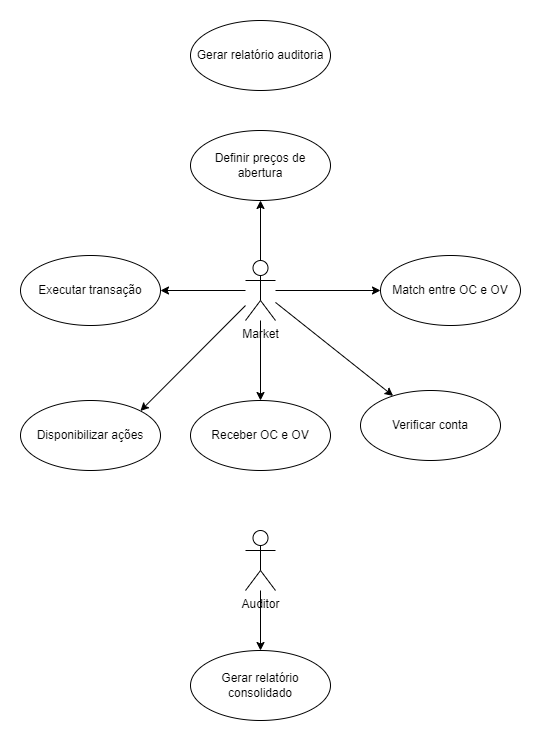
Before: diagramaCasosDeUso.drawio.png, a diagram exported from draw.io (brunoorlandin/StockFEI-DealBroker). Source tidied: cells renumbered, new cells last; positions are measured from the earlier drawing's top-left corner, leaving out a move shared by most shapes.
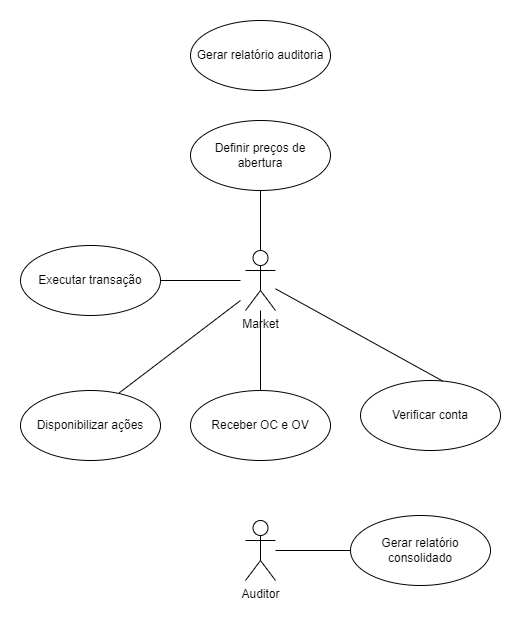
After the commit.

The edit, as a diff of the source:
```diff
@@ -2,27 +2,12 @@
   <root>
     <mxCell id="0" />
     <mxCell id="1" parent="0" />
-    <mxCell id="2" style="edgeStyle=orthogonalEdgeStyle;rounded=0;jettySize=auto;html=1;entryX=1;entryY=0.5;entryDx=0;entryDy=0;" parent="1" edge="1" source="6" target="13">
-      <mxGeometry relative="1" as="geometry" />
-    </mxCell>
-    <mxCell id="3" style="edgeStyle=orthogonalEdgeStyle;rounded=0;jettySize=auto;html=1;" parent="1" edge="1" source="6" target="11">
-      <mxGeometry relative="1" as="geometry" />
-    </mxCell>
-    <mxCell id="4" style="edgeStyle=orthogonalEdgeStyle;rounded=0;jettySize=auto;html=1;" parent="1" edge="1" source="6" target="12">
-      <mxGeometry relative="1" as="geometry" />
-    </mxCell>
-    <mxCell id="5" style="edgeStyle=orthogonalEdgeStyle;rounded=0;jettySize=auto;html=1;entryX=0.5;entryY=1;entryDx=0;entryDy=0;" parent="1" edge="1" source="6" target="10">
-      <mxGeometry relative="1" as="geometry" />
-    </mxCell>
     <mxCell id="6" value="Market" style="shape=umlActor;verticalLabelPosition=bottom;verticalAlign=top;html=1;" parent="1" vertex="1">
       <mxGeometry x="225" y="240" width="30" height="60" as="geometry" />
     </mxCell>
     <mxCell id="7" value="Disponibilizar ações" style="ellipse;whiteSpace=wrap;html=1;" parent="1" vertex="1">
       <mxGeometry y="380" width="140" height="70" as="geometry" />
     </mxCell>
-    <mxCell id="8" style="edgeStyle=orthogonalEdgeStyle;rounded=0;jettySize=auto;html=1;entryX=0.5;entryY=0;entryDx=0;entryDy=0;" parent="1" edge="1" source="9" target="14">
-      <mxGeometry relative="1" as="geometry" />
-    </mxCell>
     <mxCell id="9" value="Auditor" style="shape=umlActor;verticalLabelPosition=bottom;verticalAlign=top;html=1;" parent="1" vertex="1">
       <mxGeometry x="225" y="510" width="30" height="60" as="geometry" />
     </mxCell>
@@ -32,29 +17,45 @@
     <mxCell id="11" value="Receber OC e OV" style="ellipse;whiteSpace=wrap;html=1;" parent="1" vertex="1">
       <mxGeometry x="170" y="380" width="140" height="70" as="geometry" />
     </mxCell>
-    <mxCell id="12" value="Match entre OC e OV" style="ellipse;whiteSpace=wrap;html=1;" parent="1" vertex="1">
-      <mxGeometry x="360" y="235" width="140" height="70" as="geometry" />
-    </mxCell>
     <mxCell id="13" value="Executar transação" style="ellipse;whiteSpace=wrap;html=1;" parent="1" vertex="1">
       <mxGeometry y="235" width="140" height="70" as="geometry" />
     </mxCell>
     <mxCell id="14" value="Gerar relatório consolidado" style="ellipse;whiteSpace=wrap;html=1;" parent="1" vertex="1">
-      <mxGeometry x="170" y="630" width="140" height="70" as="geometry" />
+      <mxGeometry x="330" y="505" width="140" height="70" as="geometry" />
     </mxCell>
     <mxCell id="15" value="Gerar relatório auditoria" style="ellipse;whiteSpace=wrap;html=1;" parent="1" vertex="1">
-      <mxGeometry x="170" width="140" height="70" as="geometry" />
+      <mxGeometry x="170" y="10" width="140" height="70" as="geometry" />
     </mxCell>
     <mxCell id="16" value="Verificar conta" style="ellipse;whiteSpace=wrap;html=1;" parent="1" vertex="1">
       <mxGeometry x="340" y="370" width="140" height="70" as="geometry" />
     </mxCell>
-    <mxCell id="17" style="edgeStyle=orthogonalEdgeStyle;rounded=0;orthogonalLoop=1;jettySize=auto;html=1;exitX=0.5;exitY=1;exitDx=0;exitDy=0;" parent="1" edge="1" source="12" target="12">
-      <mxGeometry relative="1" as="geometry" />
+    <mxCell id="17" style="edgeStyle=orthogonalEdgeStyle;rounded=0;orthogonalLoop=1;jettySize=auto;html=1;exitX=0.5;exitY=1;exitDx=0;exitDy=0;" parent="1" edge="1">
+      <mxGeometry relative="1" as="geometry">
+        <mxPoint x="130" y="70" as="sourcePoint" />
+        <mxPoint x="130" y="70" as="targetPoint" />
+      </mxGeometry>
     </mxCell>
-    <mxCell id="18" style="endArrow=classic;html=1;rounded=0;entryX=1;entryY=0;entryDx=0;entryDy=0;" parent="1" edge="1" source="6" target="7">
-      <mxGeometry relative="1" as="geometry" />
-    </mxCell>
+    <mxCell id="20" style="endArrow=none;html=1;rounded=0;exitX=0.705;exitY=0.034;exitDx=0;exitDy=0;exitPerimeter=0;" parent="1" edge="1" source="7">
+      <mxGeometry relative="1" as="geometry">
+        <mxPoint x="220" y="290" as="targetPoint" />
+      </mxGeometry>
+    </mxCell>
+    <mxCell id="21" style="endArrow=none;html=1;rounded=0;exitX=1;exitY=0.5;exitDx=0;exitDy=0;" parent="1" edge="1" source="13">
+      <mxGeometry relative="1" as="geometry">
+        <mxPoint x="220" y="270" as="targetPoint" />
+      </mxGeometry>
+    </mxCell>
-    <mxCell id="19" style="endArrow=classic;html=1;rounded=0;" parent="1" edge="1" source="6" target="16">
+    <mxCell id="19" style="endArrow=none;html=1;rounded=0;entryX=0.588;entryY=0.009;entryDx=0;entryDy=0;entryPerimeter=0;" parent="1" edge="1" source="6" target="16">
       <mxGeometry relative="1" as="geometry" />
     </mxCell>
+    <mxCell id="22" style="endArrow=none;html=1;rounded=0;exitX=0.5;exitY=0;exitDx=0;exitDy=0;" parent="1" edge="1" source="11" target="6">
+      <mxGeometry relative="1" as="geometry" />
+    </mxCell>
+    <mxCell id="8" style="endArrow=none;html=1;rounded=0;" parent="1" edge="1" source="9" target="14">
+      <mxGeometry relative="1" as="geometry" />
+    </mxCell>
+    <mxCell id="23" style="endArrow=none;html=1;rounded=0;exitX=0.5;exitY=1;exitDx=0;exitDy=0;entryX=0.5;entryY=0;entryDx=0;entryDy=0;entryPerimeter=0;" parent="1" edge="1" source="10" target="6">
+      <mxGeometry relative="1" as="geometry" />
+    </mxCell>
   </root>
 </mxGraphModel>
```
